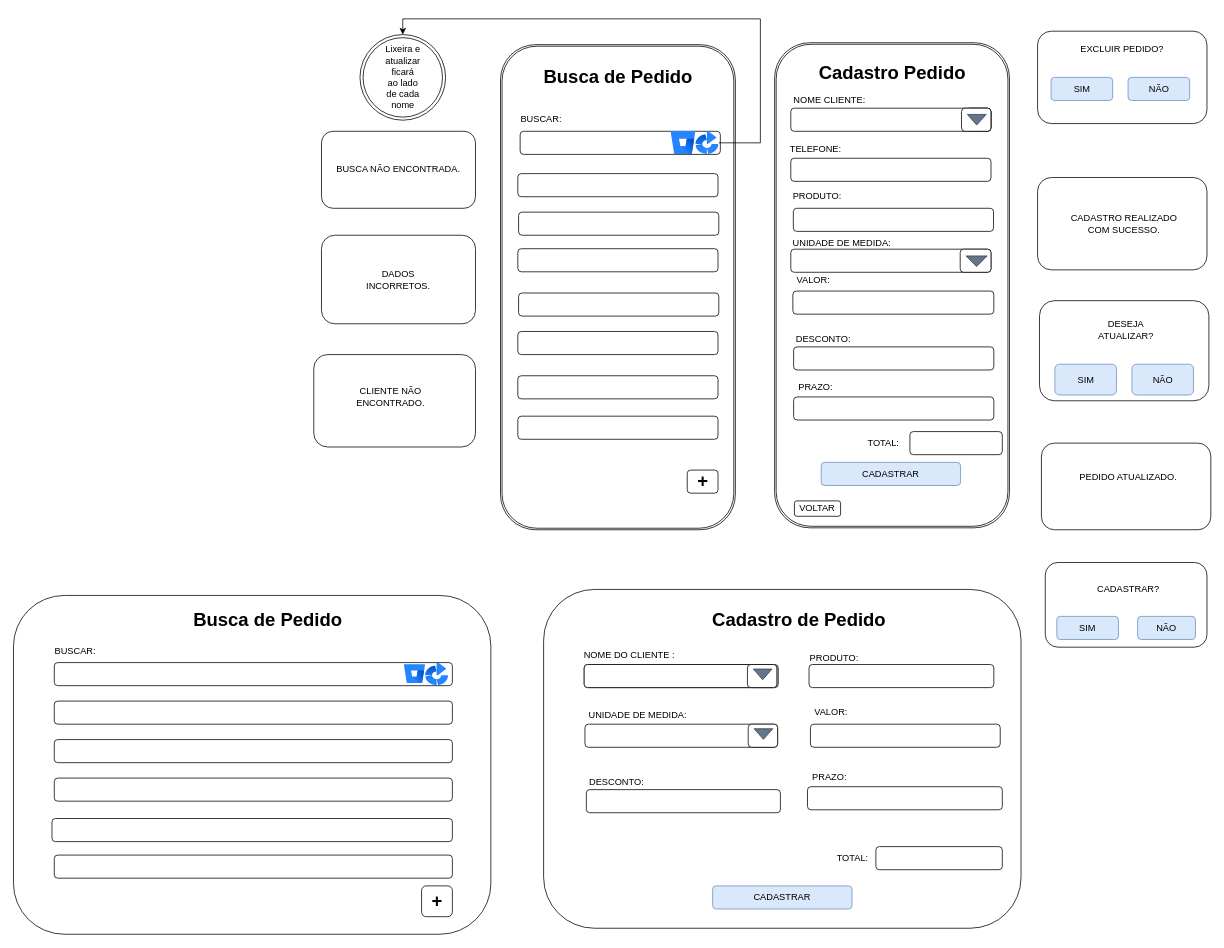
Before: page "Página-2" (3 of 14) of DOC/tela.drawio in rafaelareisilva/avatar.app, a draw.io diagram. Source tidied: cells renumbered, new cells numbered last; positions are measured from the earlier drawing's top-left corner, leaving out a move shared by most shapes. Both pictures are drawn from the tidied source at 77%, with x=0, y=0 at pixel (13, 18).
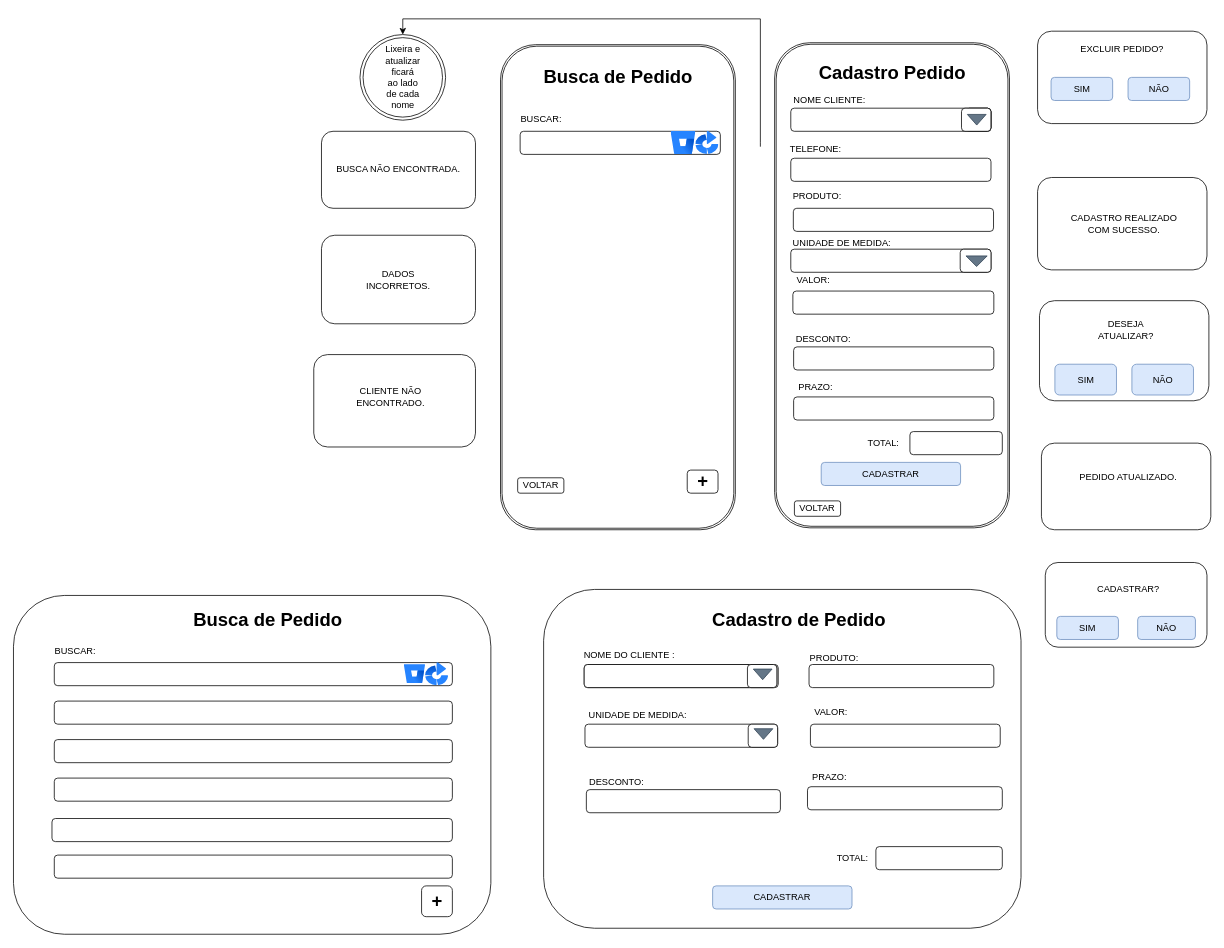
Above is the later version.

Unchanged cells that the change refers to:
```xml
<mxCell id="26" style="image;html=1;image=img/lib/atlassian/Bamboo_Logo.svg;" parent="1" vertex="1">
  <mxGeometry x="886" y="146" width="30" height="30" as="geometry" />
</mxCell>
<mxCell id="58" style="ellipse;shape=doubleEllipse;whiteSpace=wrap;html=1;" parent="1" vertex="1">
  <mxGeometry x="450" y="20.4" width="111.2" height="111.2" as="geometry" />
</mxCell>
```

Diff of the diagram source:
```diff
@@
-    <mxCell id="25" style="edgeStyle=orthogonalEdgeStyle;rounded=0;jettySize=auto;html=1;entryX=0.5;entryY=0;entryDx=0;entryDy=0;" parent="1" edge="1" source="26" target="58">
+    <mxCell id="25" style="edgeStyle=orthogonalEdgeStyle;rounded=0;jettySize=auto;html=1;entryX=0.5;entryY=0;entryDx=0;entryDy=0;" parent="1" edge="1" target="58">
       <mxGeometry relative="1" as="geometry">
+        <mxPoint x="970" y="166" as="sourcePoint" />
         <Array as="points">
           <mxPoint x="970" y="161" />
           <mxPoint x="970" />
           <mxPoint x="506" />
         </Array>
       </mxGeometry>
     </mxCell>
@@
-    <mxCell id="33" style="rounded=1;whiteSpace=wrap;html=1;" parent="1" vertex="1">
-      <mxGeometry x="655" y="201" width="260" height="30" as="geometry" />
-    </mxCell>
-    <mxCell id="34" style="rounded=1;whiteSpace=wrap;html=1;" parent="1" vertex="1">
-      <mxGeometry x="656" y="251" width="260" height="30" as="geometry" />
-    </mxCell>
-    <mxCell id="35" style="rounded=1;whiteSpace=wrap;html=1;" parent="1" vertex="1">
-      <mxGeometry x="655" y="298.5" width="260" height="30" as="geometry" />
-    </mxCell>
-    <mxCell id="36" style="rounded=1;whiteSpace=wrap;html=1;" parent="1" vertex="1">
-      <mxGeometry x="656" y="356" width="260" height="30" as="geometry" />
-    </mxCell>
-    <mxCell id="37" style="rounded=1;whiteSpace=wrap;html=1;" parent="1" vertex="1">
-      <mxGeometry x="655" y="406" width="260" height="30" as="geometry" />
-    </mxCell>
-    <mxCell id="38" style="rounded=1;whiteSpace=wrap;html=1;" parent="1" vertex="1">
-      <mxGeometry x="655" y="463.5" width="260" height="30" as="geometry" />
-    </mxCell>
-    <mxCell id="39" style="rounded=1;whiteSpace=wrap;html=1;" parent="1" vertex="1">
-      <mxGeometry x="655" y="516" width="260" height="30" as="geometry" />
-    </mxCell>
@@
+    <mxCell id="105" value="VOLTAR" style="rounded=1;whiteSpace=wrap;html=1;" parent="1" vertex="1">
+      <mxGeometry x="654.8" y="596" width="60" height="20" as="geometry" />
+    </mxCell>
```
